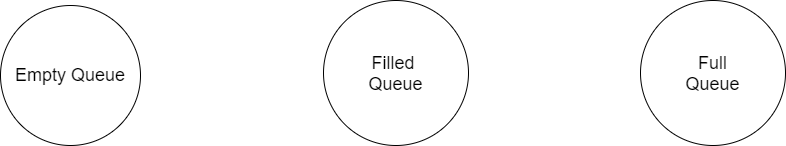
Before: Architectural styles/Interpreter-based Systems/State TransitionsSystemDiagram.png, a diagram exported from draw.io (smitbmx/Architecture-Diagrams). Source tidied: cells renumbered, new cells last; positions are measured from the earlier drawing's top-left corner, leaving out a move shared by most shapes.
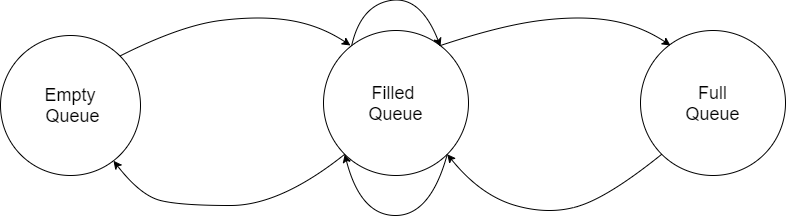
Above is the later version.

What changed in the source:
```diff
@@ -2,7 +2,7 @@
   <root>
     <mxCell id="0" />
     <mxCell id="1" parent="0" />
-    <mxCell id="2" value="Empty Queue" style="ellipse;whiteSpace=wrap;html=1;fontSize=18;" parent="1" vertex="1">
+    <mxCell id="2" value="Empty&lt;br&gt;&amp;nbsp;Queue" style="ellipse;whiteSpace=wrap;html=1;fontSize=18;" parent="1" vertex="1">
       <mxGeometry y="5" width="140" height="140" as="geometry" />
     </mxCell>
     <mxCell id="3" value="Filled &lt;br&gt;Queue" style="ellipse;whiteSpace=wrap;html=1;fontSize=18;" parent="1" vertex="1">
@@ -11,5 +11,61 @@
     <mxCell id="4" value="Full&lt;br&gt;Queue" style="ellipse;whiteSpace=wrap;html=1;fontSize=18;" parent="1" vertex="1">
       <mxGeometry x="640" width="145" height="145" as="geometry" />
     </mxCell>
+    <mxCell id="5" style="curved=1;endArrow=classic;html=1;rounded=0;fontSize=18;exitX=0.5;exitY=0;exitDx=0;exitDy=0;" parent="1" edge="1">
+      <mxGeometry relative="1" as="geometry">
+        <mxPoint x="440" y="15" as="sourcePoint" />
+        <mxPoint x="670" y="15" as="targetPoint" />
+        <Array as="points">
+          <mxPoint x="500" y="-5" />
+          <mxPoint x="580" y="-15" />
+          <mxPoint x="640" y="-5" />
+        </Array>
+      </mxGeometry>
+    </mxCell>
+    <mxCell id="6" style="curved=1;endArrow=classic;html=1;rounded=0;fontSize=18;exitX=1;exitY=0;exitDx=0;exitDy=0;" parent="1" edge="1" source="2">
+      <mxGeometry relative="1" as="geometry">
+        <mxPoint x="350" y="15" as="targetPoint" />
+        <Array as="points">
+          <mxPoint x="180" y="-5" />
+          <mxPoint x="260" y="-15" />
+          <mxPoint x="320" y="-5" />
+        </Array>
+      </mxGeometry>
+    </mxCell>
+    <mxCell id="7" style="curved=1;endArrow=classic;html=1;rounded=0;fontSize=18;exitX=0.193;exitY=0.11;exitDx=0;exitDy=0;exitPerimeter=0;" parent="1" edge="1" source="3">
+      <mxGeometry relative="1" as="geometry">
+        <mxPoint x="440" y="16" as="targetPoint" />
+        <Array as="points">
+          <mxPoint x="360" y="-25" />
+          <mxPoint x="420" y="-35" />
+        </Array>
+      </mxGeometry>
+    </mxCell>
+    <mxCell id="8" style="curved=1;endArrow=classic;html=1;rounded=0;fontSize=18;exitX=0;exitY=1;exitDx=0;exitDy=0;entryX=1;entryY=1;entryDx=0;entryDy=0;" parent="1" edge="1" source="4" target="3">
+      <mxGeometry relative="1" as="geometry">
+        <Array as="points">
+          <mxPoint x="610" y="165" />
+          <mxPoint x="550" y="185" />
+          <mxPoint x="480" y="165" />
+        </Array>
+      </mxGeometry>
+    </mxCell>
+    <mxCell id="9" style="curved=1;endArrow=classic;html=1;rounded=0;fontSize=18;exitX=1;exitY=1;exitDx=0;exitDy=0;entryX=0;entryY=1;entryDx=0;entryDy=0;" parent="1" edge="1" source="3" target="3">
+      <mxGeometry relative="1" as="geometry">
+        <Array as="points">
+          <mxPoint x="430" y="185" />
+          <mxPoint x="360" y="185" />
+        </Array>
+      </mxGeometry>
+    </mxCell>
+    <mxCell id="10" style="curved=1;endArrow=classic;html=1;rounded=0;fontSize=18;exitX=0;exitY=1;exitDx=0;exitDy=0;" parent="1" edge="1" source="3" target="2">
+      <mxGeometry relative="1" as="geometry">
+        <Array as="points">
+          <mxPoint x="280" y="175" />
+          <mxPoint x="180" y="175" />
+          <mxPoint x="140" y="165" />
+        </Array>
+      </mxGeometry>
+    </mxCell>
   </root>
 </mxGraphModel>
```
